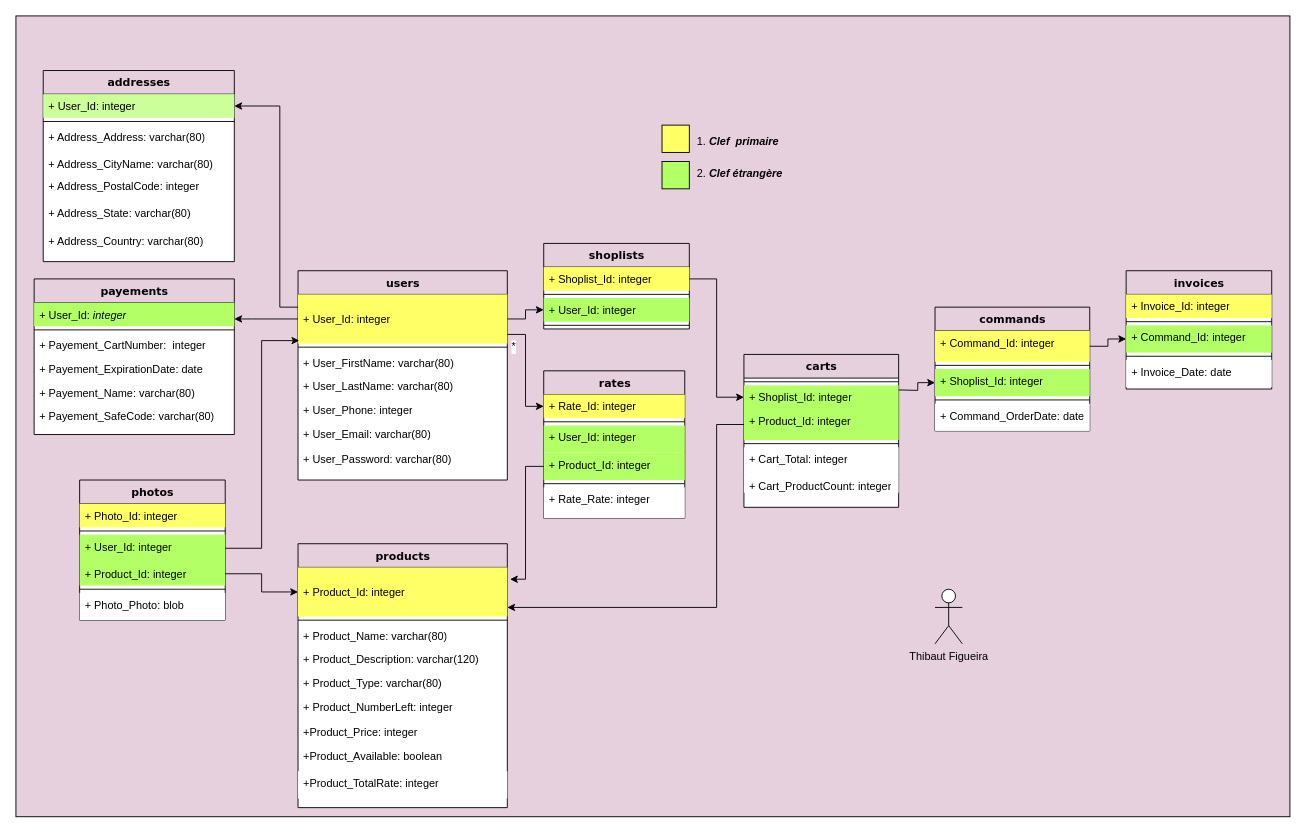
This is DMC.drawio from justachips/e-commerce-sql, a draw.io file, before an edit. Source tidied: cells renumbered, new cells numbered last; positions are measured from the earlier drawing's top-left corner, leaving out a move shared by most shapes. Both pictures are drawn from the tidied source at 91%, with x=0, y=0 at pixel (15, 15).
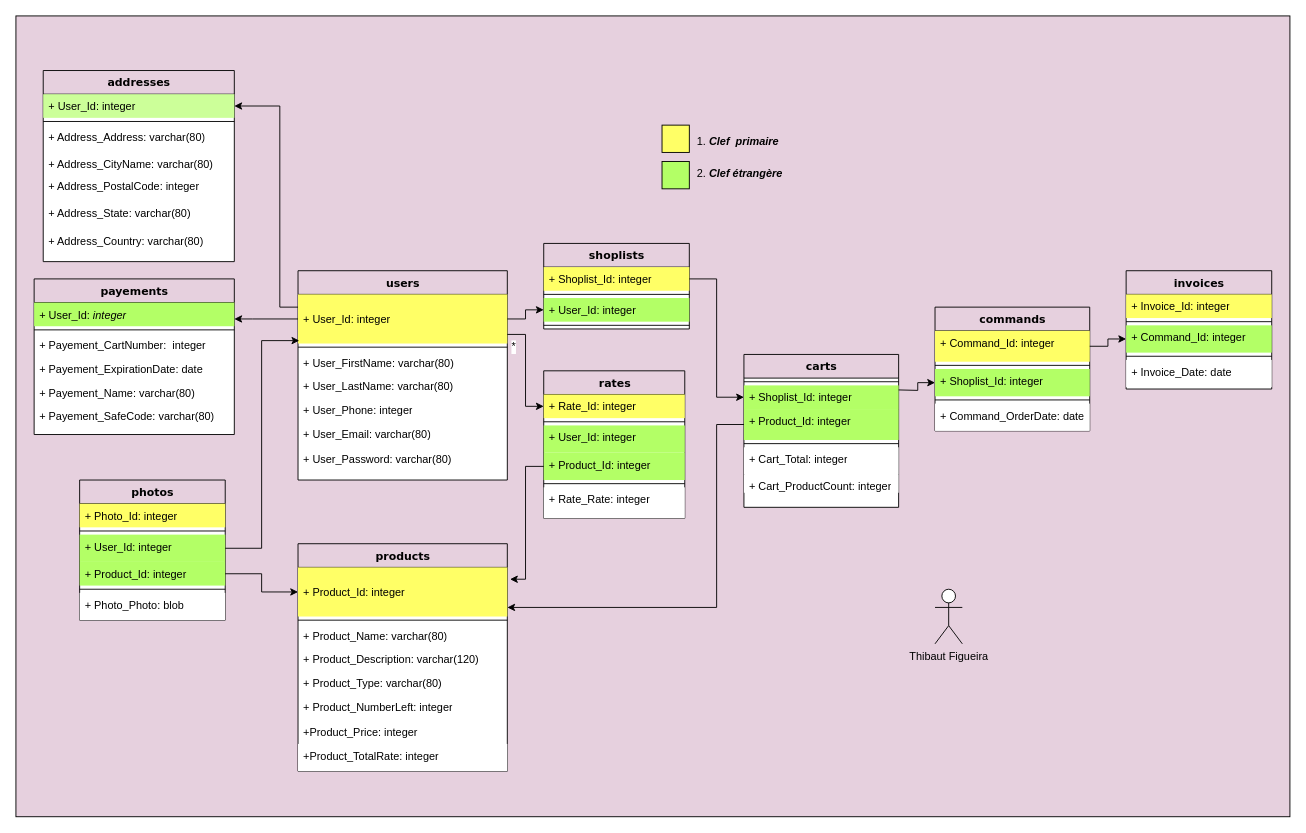
After the change.

Change to the diagram source:
```diff
@@
     <mxCell id="19" value="products" style="swimlane;html=1;fontStyle=1;align=center;verticalAlign=top;horizontal=1;startSize=26;swimlaneFillColor=#ffffff;rounded=0;shadow=0;comic=0;labelBackgroundColor=none;strokeWidth=1;fillColor=none;fontFamily=Verdana;fontSize=12;" parent="1" vertex="1">
-      <mxGeometry x="310" y="580" width="230" height="290" as="geometry" />
+      <mxGeometry x="310" y="580" width="230" height="250" as="geometry" />
     </mxCell>
@@
-    <mxCell id="27" value="+Product_Available: boolean" style="text;html=1;strokeColor=none;fillColor=none;align=left;verticalAlign=top;spacingLeft=4;spacingRight=4;whiteSpace=wrap;overflow=hidden;" parent="19" vertex="1">
-      <mxGeometry y="220" width="230" height="30" as="geometry" />
-    </mxCell>
     <mxCell id="28" value="+Product_TotalRate: integer" style="text;html=1;strokeColor=none;fillColor=#FFFFFF;align=left;verticalAlign=top;spacingLeft=4;spacingRight=4;whiteSpace=wrap;overflow=hidden;" parent="19" vertex="1">
-      <mxGeometry y="250" width="230" height="30" as="geometry" />
+      <mxGeometry y="220" width="230" height="30" as="geometry" />
     </mxCell>
```
